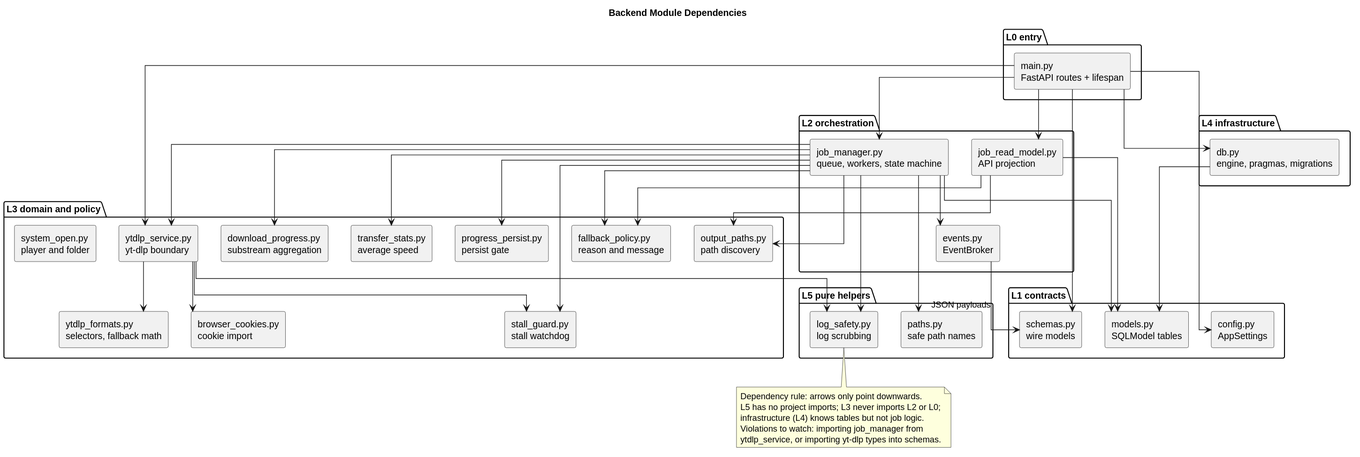
Earlier version of the PlantUML export docs/assets/diagrams/module-dependencies.svg (hnucjx/Design-and-Implementation-of-Database-Watermarking-Algorithms-Resistant-to-Brute-Force-Attacks.).
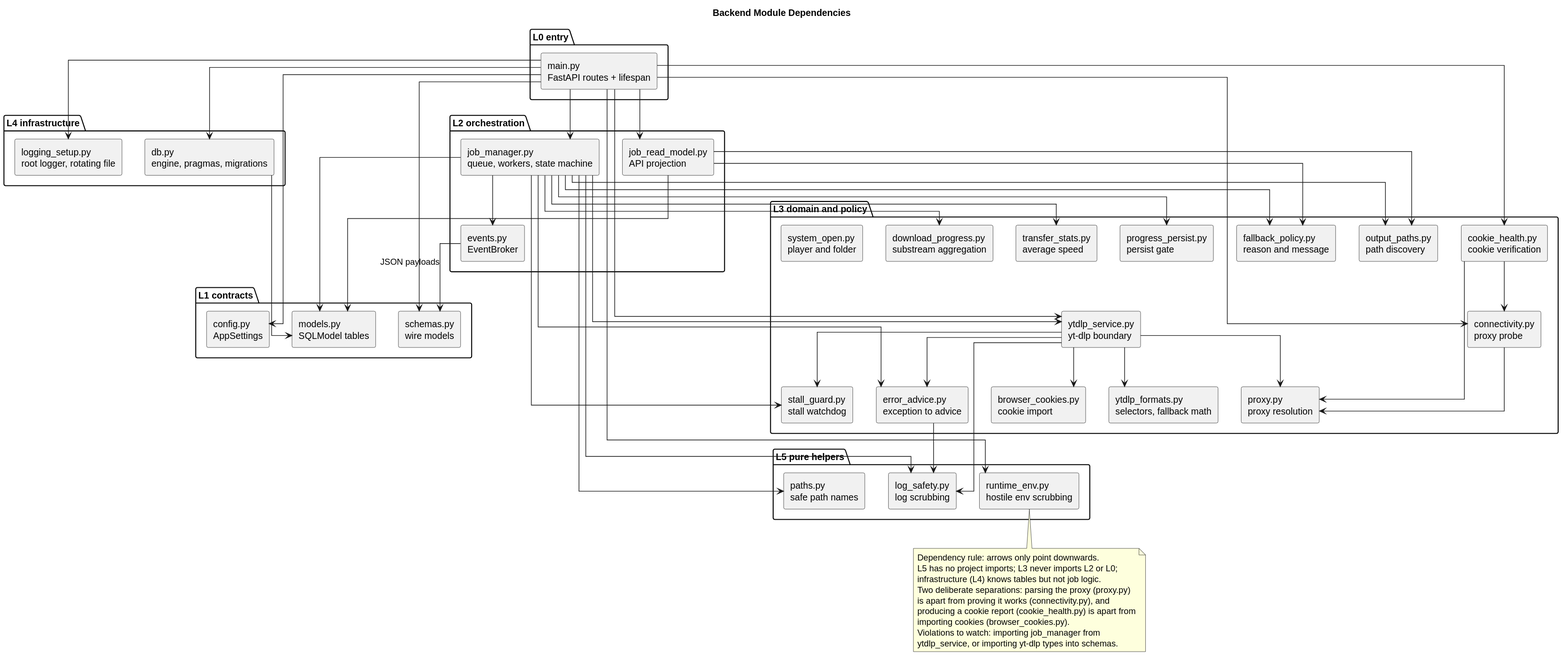
Above is the later version.

The edit, as a diff of the source:
```diff
@@ -26,6 +26,10 @@
   [stall_guard.py\nstall watchdog] as Stall
   [fallback_policy.py\nreason and message] as Fallback
   [browser_cookies.py\ncookie import] as Cookies
+  [cookie_health.py\ncookie verification] as CookieHealth
+  [proxy.py\nproxy resolution] as Proxy
+  [connectivity.py\nproxy probe] as Connectivity
+  [error_advice.py\nexception to advice] as Advice
   [download_progress.py\nsubstream aggregation] as Progress
   [progress_persist.py\npersist gate] as Gate
   [transfer_stats.py\naverage speed] as Stats
@@ -35,11 +39,13 @@
 
 package "L4 infrastructure" {
   [db.py\nengine, pragmas, migrations] as DB
+  [logging_setup.py\nroot logger, rotating file] as Logging
 }
 
 package "L5 pure helpers" {
   [paths.py\nsafe path names] as Paths
   [log_safety.py\nlog scrubbing] as LogSafe
+  [runtime_env.py\nhostile env scrubbing] as RuntimeEnv
 }
 
 Main --> Config
@@ -48,8 +54,13 @@
 Main --> ReadModel
 Main --> Service
 Main --> DB
+Main --> CookieHealth
+Main --> Connectivity
+Main --> Logging
+Main --> RuntimeEnv
 Manager --> Models
 Manager --> Service
+Manager --> Advice
 Manager --> Progress
 Manager --> Gate
 Manager --> Stats
@@ -64,8 +75,14 @@
 ReadModel --> Outputs
 Service --> Formats
 Service --> Cookies
+Service --> Proxy
+Service --> Advice
 Service --> Stall
 Service --> LogSafe
+CookieHealth --> Connectivity
+CookieHealth --> Proxy
+Connectivity --> Proxy
+Advice --> LogSafe
 DB --> Models
 Broker --> Schemas : JSON payloads
 
@@ -73,6 +90,10 @@
 Dependency rule: arrows only point downwards.
 L5 has no project imports; L3 never imports L2 or L0;
 infrastructure (L4) knows tables but not job logic.
+Two deliberate separations: parsing the proxy (proxy.py)
+is apart from proving it works (connectivity.py), and
+producing a cookie report (cookie_health.py) is apart from
+importing cookies (browser_cookies.py).
 Violations to watch: importing job_manager from
 ytdlp_service, or importing yt-dlp types into schemas.
 end note
```
